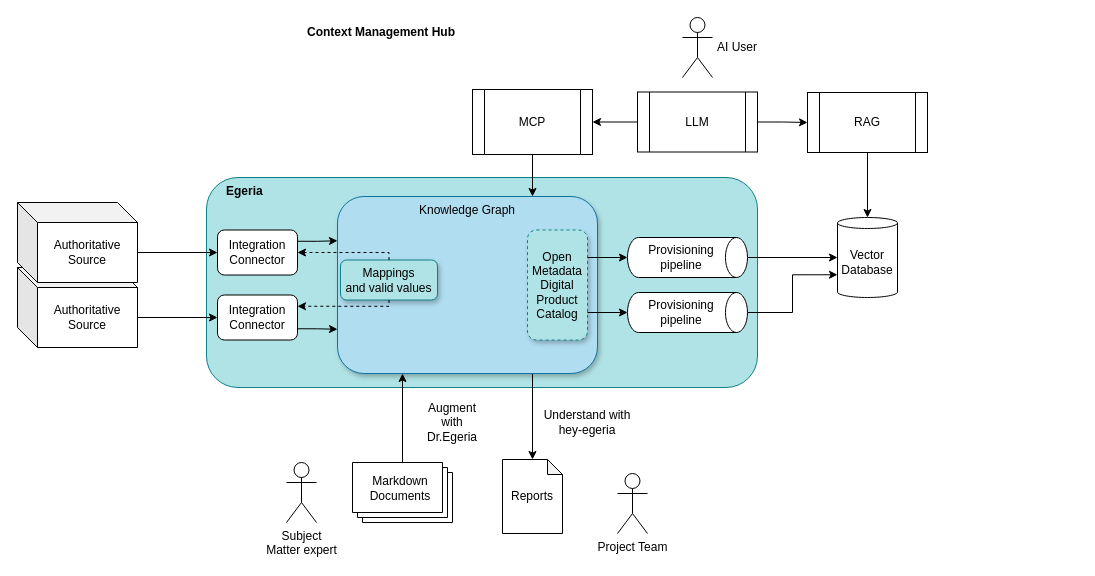
This is page "context-management-hub" (3 of 4) of site/docs/concepts/data-lens.drawio from odpi/egeria-docs, a draw.io file, before an edit. Source tidied: cells renumbered, new cells numbered last; positions are measured from the earlier drawing's top-left corner, leaving out a move shared by most shapes. Both pictures are drawn from the tidied source at 100%, with x=0, y=0 at pixel (17, 17).
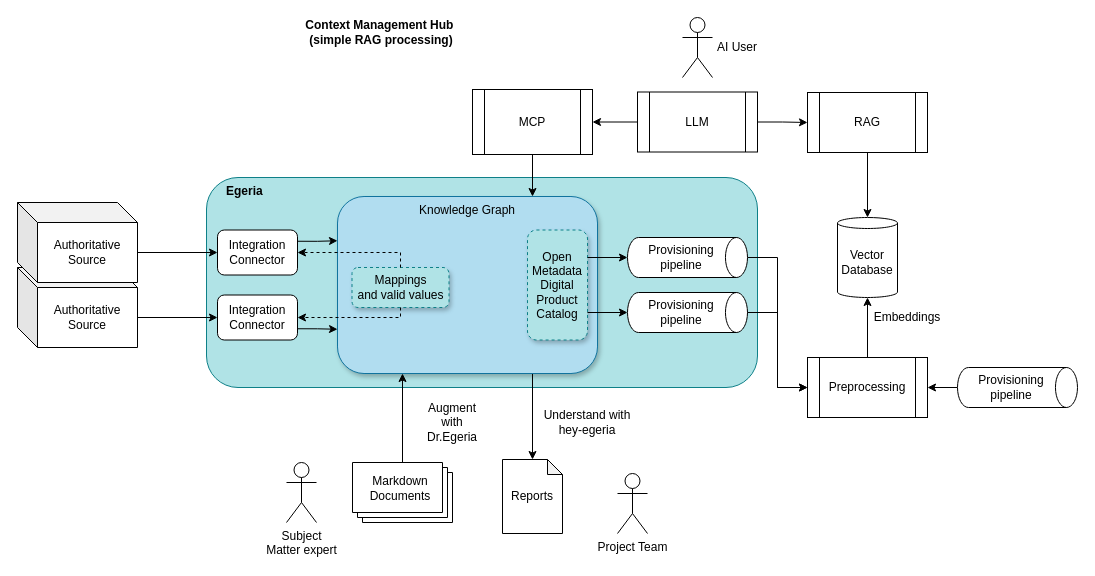
The same diagram, later.

The change refers to these unchanged cells:
```xml
<mxCell id="7" value="Integration&lt;div&gt;Connector&lt;/div&gt;" style="rounded=1;whiteSpace=wrap;html=1;" parent="1" vertex="1">
  <mxGeometry x="200" y="212.5" width="80" height="45" as="geometry" />
</mxCell>
<mxCell id="9" value="Integration&lt;div&gt;Connector&lt;/div&gt;" style="rounded=1;whiteSpace=wrap;html=1;" parent="1" vertex="1">
  <mxGeometry x="200" y="277.5" width="80" height="45" as="geometry" />
</mxCell>
<mxCell id="14" value="Provisioning&lt;div&gt;pipeline&lt;/div&gt;" style="strokeWidth=1;html=1;shape=mxgraph.flowchart.direct_data;whiteSpace=wrap;spacingLeft=-12;" parent="1" vertex="1">
  <mxGeometry x="610" y="220" width="120" height="40" as="geometry" />
</mxCell>
<mxCell id="15" value="Provisioning&lt;div&gt;pipeline&lt;/div&gt;" style="strokeWidth=1;html=1;shape=mxgraph.flowchart.direct_data;whiteSpace=wrap;spacingLeft=-12;" parent="1" vertex="1">
  <mxGeometry x="610" y="275" width="120" height="40" as="geometry" />
</mxCell>
<mxCell id="25" value="Vector&lt;div&gt;Database&lt;/div&gt;" style="shape=cylinder3;whiteSpace=wrap;html=1;boundedLbl=1;backgroundOutline=1;size=5.5;" parent="1" vertex="1">
  <mxGeometry x="820" y="200" width="60" height="80" as="geometry" />
</mxCell>
```

Diff of the diagram source:
```diff
@@
-    <mxCell id="2" value="Context Management Hub" style="text;html=1;whiteSpace=wrap;strokeColor=none;fillColor=none;align=center;verticalAlign=middle;rounded=0;fontStyle=1;" parent="1" vertex="1">
+    <mxCell id="2" value="Context Management Hub&amp;nbsp;&lt;div&gt;(simple RAG processing)&lt;/div&gt;" style="text;html=1;whiteSpace=wrap;strokeColor=none;fillColor=none;align=center;verticalAlign=middle;rounded=0;fontStyle=1;" parent="1" vertex="1">
       <mxGeometry x="224" width="280" height="30" as="geometry" />
     </mxCell>
@@
-    <mxCell id="13" style="edgeStyle=orthogonalEdgeStyle;rounded=0;jettySize=auto;html=1;exitX=1;exitY=0.5;exitDx=0;exitDy=0;exitPerimeter=0;" parent="1" edge="1" source="14" target="25">
+    <mxCell id="13" style="edgeStyle=orthogonalEdgeStyle;rounded=0;jettySize=auto;html=1;exitX=1;exitY=0.5;exitDx=0;exitDy=0;exitPerimeter=0;entryX=0;entryY=0.5;entryDx=0;entryDy=0;" parent="1" edge="1" source="14" target="44">
       <mxGeometry relative="1" as="geometry" />
     </mxCell>
@@
-    <mxCell id="32" style="edgeStyle=orthogonalEdgeStyle;rounded=0;jettySize=auto;html=1;exitX=1;exitY=0.5;exitDx=0;exitDy=0;exitPerimeter=0;entryX=0;entryY=0;entryDx=0;entryDy=57.25;entryPerimeter=0;" parent="1" edge="1" source="15" target="25">
+    <mxCell id="32" style="edgeStyle=orthogonalEdgeStyle;rounded=0;jettySize=auto;html=1;exitX=1;exitY=0.5;exitDx=0;exitDy=0;exitPerimeter=0;entryX=0;entryY=0.5;entryDx=0;entryDy=0;" parent="1" edge="1" source="15" target="44">
       <mxGeometry relative="1" as="geometry" />
     </mxCell>
@@
-    <mxCell id="35" value="Mappings&lt;div&gt;and&amp;nbsp;&lt;span style=&quot;background-color: transparent; color: light-dark(rgb(0, 0, 0), rgb(255, 255, 255));&quot;&gt;valid values&lt;/span&gt;&lt;/div&gt;" style="rounded=1;whiteSpace=wrap;html=1;fillColor=#b0e3e6;strokeColor=#0e8088;shadow=1;" parent="1" vertex="1">
-      <mxGeometry x="323" y="242.5" width="97" height="40" as="geometry" />
+    <mxCell id="35" value="Mappings&lt;div&gt;and&amp;nbsp;&lt;span style=&quot;background-color: transparent; color: light-dark(rgb(0, 0, 0), rgb(255, 255, 255));&quot;&gt;valid values&lt;/span&gt;&lt;/div&gt;" style="rounded=1;whiteSpace=wrap;html=1;fillColor=#b0e3e6;strokeColor=#0e8088;shadow=1;dashed=1;" parent="1" vertex="1">
+      <mxGeometry x="334.5" y="250" width="97" height="40" as="geometry" />
     </mxCell>
@@
-    <mxCell id="37" style="edgeStyle=orthogonalEdgeStyle;rounded=0;jettySize=auto;html=1;entryX=1;entryY=0.5;entryDx=0;entryDy=0;dashed=1;" parent="1" edge="1" source="35" target="7">
+    <mxCell id="37" style="edgeStyle=orthogonalEdgeStyle;rounded=0;jettySize=auto;html=1;entryX=1;entryY=0.5;entryDx=0;entryDy=0;dashed=1;exitX=0.5;exitY=0;exitDx=0;exitDy=0;" parent="1" edge="1" source="35" target="7">
       <mxGeometry relative="1" as="geometry">
         <Array as="points">
-          <mxPoint x="372" y="235" />
+          <mxPoint x="383" y="235" />
         </Array>
       </mxGeometry>
     </mxCell>
-    <mxCell id="38" style="edgeStyle=orthogonalEdgeStyle;rounded=0;jettySize=auto;html=1;exitX=0.5;exitY=1;exitDx=0;exitDy=0;entryX=1;entryY=0.25;entryDx=0;entryDy=0;dashed=1;" parent="1" edge="1" source="35" target="9">
+    <mxCell id="38" style="edgeStyle=orthogonalEdgeStyle;rounded=0;jettySize=auto;html=1;exitX=0.5;exitY=1;exitDx=0;exitDy=0;entryX=1;entryY=0.5;entryDx=0;entryDy=0;dashed=1;" parent="1" edge="1" source="35" target="9">
       <mxGeometry relative="1" as="geometry">
         <Array as="points">
-          <mxPoint x="372" y="289" />
+          <mxPoint x="383" y="300" />
         </Array>
       </mxGeometry>
     </mxCell>
@@
+    <mxCell id="42" style="edgeStyle=orthogonalEdgeStyle;rounded=0;jettySize=auto;html=1;entryX=1;entryY=0.5;entryDx=0;entryDy=0;" parent="1" edge="1" source="43" target="44">
+      <mxGeometry relative="1" as="geometry" />
+    </mxCell>
+    <mxCell id="43" value="Provisioning&lt;div&gt;pipeline&lt;/div&gt;" style="strokeWidth=1;html=1;shape=mxgraph.flowchart.direct_data;whiteSpace=wrap;spacingLeft=-12;" parent="1" vertex="1">
+      <mxGeometry x="940" y="350" width="120" height="40" as="geometry" />
+    </mxCell>
+    <mxCell id="44" value="Preprocessing" style="shape=process;whiteSpace=wrap;html=1;backgroundOutline=1;" parent="1" vertex="1">
+      <mxGeometry x="790" y="340" width="120" height="60" as="geometry" />
+    </mxCell>
+    <mxCell id="45" style="edgeStyle=orthogonalEdgeStyle;rounded=0;jettySize=auto;html=1;entryX=0.5;entryY=1;entryDx=0;entryDy=0;entryPerimeter=0;" parent="1" edge="1" source="44" target="25">
+      <mxGeometry relative="1" as="geometry" />
+    </mxCell>
+    <mxCell id="46" value="Embeddings" style="text;html=1;whiteSpace=wrap;strokeColor=none;fillColor=none;align=center;verticalAlign=middle;rounded=0;" parent="1" vertex="1">
+      <mxGeometry x="860" y="285" width="60" height="30" as="geometry" />
+    </mxCell>
```
